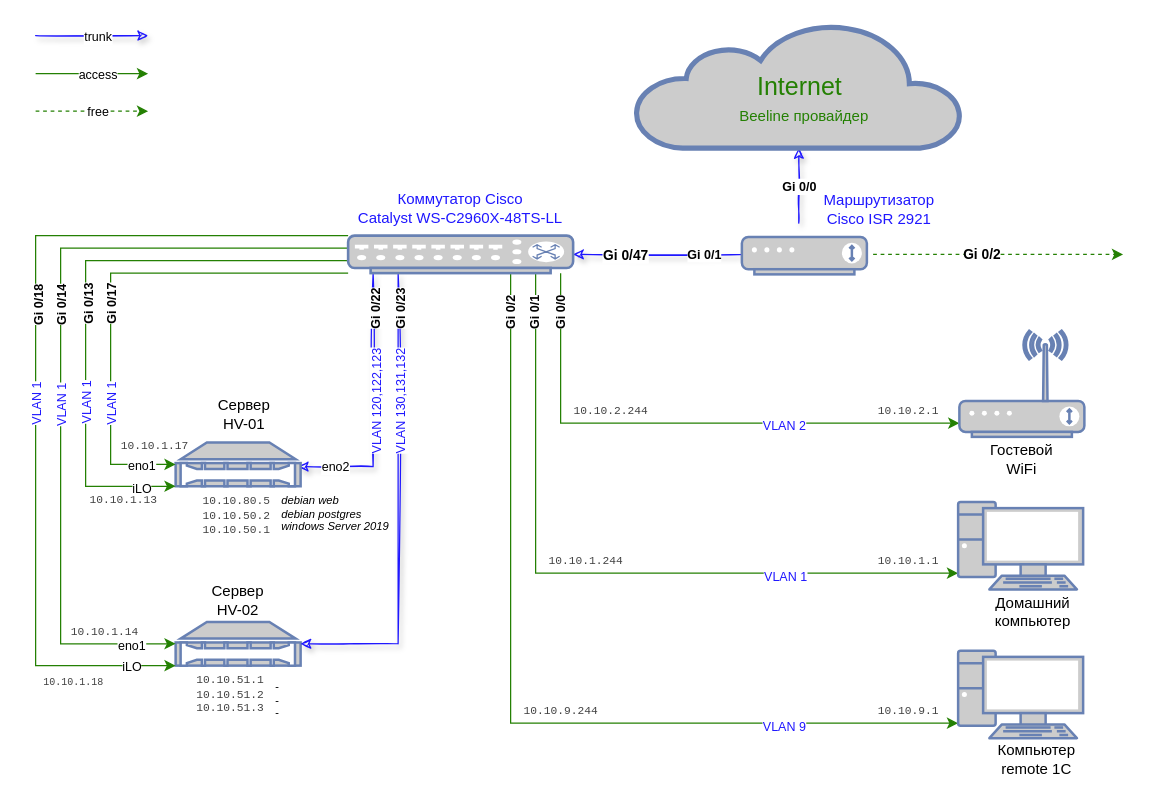
The draw.io diagram data-center-network/DCNetwork.drawio in drakulitka/diagrams, before the edit. Source tidied: cells renumbered, new cells numbered last; positions are measured from the earlier drawing's top-left corner, leaving out a move shared by most shapes. Both pictures are drawn from the tidied source at 125%, with x=0, y=0 at pixel (35, 22).
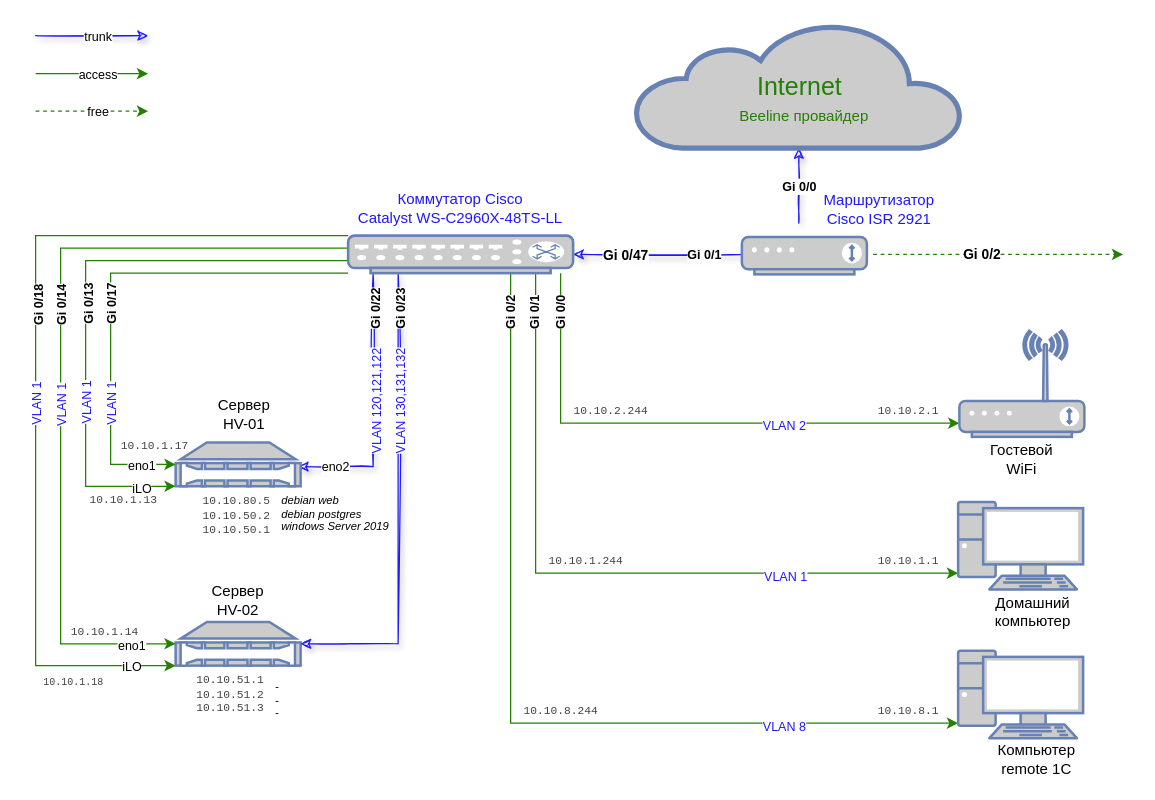
The same diagram, later.

Unchanged cells that the change refers to:
```xml
<mxCell id="14" style="edgeStyle=orthogonalEdgeStyle;rounded=0;jettySize=auto;html=1;strokeColor=#248003;" parent="1" edge="1" source="72" target="24">
  <mxGeometry relative="1" as="geometry">
    <Array as="points">
      <mxPoint x="380" y="560" />
    </Array>
  </mxGeometry>
</mxCell>
<mxCell id="17" style="edgeStyle=orthogonalEdgeStyle;rounded=0;jettySize=auto;html=1;strokeColor=#1F17FF;shadow=1;sketch=1;entryX=0.978;entryY=0.551;entryDx=0;entryDy=0;entryPerimeter=0;" parent="1" edge="1" source="72" target="26">
  <mxGeometry relative="1" as="geometry">
    <Array as="points">
      <mxPoint x="270" y="355" />
    </Array>
  </mxGeometry>
</mxCell>
```

The edit, as a diff of the source:
```diff
@@
-    <mxCell id="16" value="VLAN 9" style="edgeLabel;html=1;align=center;verticalAlign=middle;fontSize=10;fontColor=#1F17FF;" parent="14" vertex="1">
+    <mxCell id="16" value="VLAN 8" style="edgeLabel;html=1;align=center;verticalAlign=middle;fontSize=10;fontColor=#1F17FF;" parent="14" vertex="1">
       <mxGeometry x="0.5" y="-2" relative="1" as="geometry">
         <mxPoint x="39" as="offset" />
       </mxGeometry>
     </mxCell>
@@
-    <mxCell id="20" value="VLAN 120,122,123" style="edgeLabel;html=1;align=center;verticalAlign=middle;fontSize=10;fontColor=#1F17FF;horizontal=0;" parent="17" vertex="1">
+    <mxCell id="20" value="VLAN 120,121,122" style="edgeLabel;html=1;align=center;verticalAlign=middle;fontSize=10;fontColor=#1F17FF;horizontal=0;" parent="17" vertex="1">
       <mxGeometry x="0.14" y="2" relative="1" as="geometry">
         <mxPoint y="-19" as="offset" />
       </mxGeometry>
     </mxCell>
@@
-    <mxCell id="33" value="&lt;div style=&quot;font-size: 9px;&quot;&gt;&lt;font style=&quot;font-size: 9px;&quot;&gt;&lt;span style=&quot;font-family: &amp;quot;source code pro&amp;quot;, monospace; color: rgb(66, 66, 66); background-color: transparent; font-weight: 400; font-style: normal; font-variant: normal; text-decoration: none; vertical-align: baseline; font-size: 9px;&quot; id=&quot;docs-internal-guid-bd31c3f7-7fff-add3-67a0-b06b6ec8103c&quot;&gt;&lt;/span&gt;&lt;span style=&quot;font-family: &amp;quot;source code pro&amp;quot;, monospace; color: rgb(66, 66, 66); background-color: transparent; font-weight: 400; font-style: normal; font-variant: normal; text-decoration: none; vertical-align: baseline; font-size: 9px;&quot; id=&quot;docs-internal-guid-bd31c3f7-7fff-add3-67a0-b06b6ec8103c&quot;&gt;10.10.9.244&lt;/span&gt;&lt;/font&gt;&lt;/div&gt;" style="text;html=1;align=center;verticalAlign=middle;strokeColor=none;fillColor=none;fontSize=9;" parent="1" vertex="1">
+    <mxCell id="33" value="&lt;div style=&quot;font-size: 9px&quot;&gt;&lt;font style=&quot;font-size: 9px&quot;&gt;&lt;span style=&quot;font-family: &amp;#34;source code pro&amp;#34; , monospace ; color: rgb(66 , 66 , 66) ; background-color: transparent ; font-weight: 400 ; font-style: normal ; font-variant: normal ; text-decoration: none ; vertical-align: baseline ; font-size: 9px&quot; id=&quot;docs-internal-guid-bd31c3f7-7fff-add3-67a0-b06b6ec8103c&quot;&gt;&lt;/span&gt;&lt;span style=&quot;font-family: &amp;#34;source code pro&amp;#34; , monospace ; color: rgb(66 , 66 , 66) ; background-color: transparent ; font-weight: 400 ; font-style: normal ; font-variant: normal ; text-decoration: none ; vertical-align: baseline ; font-size: 9px&quot; id=&quot;docs-internal-guid-bd31c3f7-7fff-add3-67a0-b06b6ec8103c&quot;&gt;10.10.8.244&lt;/span&gt;&lt;/font&gt;&lt;/div&gt;" style="text;html=1;align=center;verticalAlign=middle;strokeColor=none;fillColor=none;fontSize=9;" parent="1" vertex="1">
       <mxGeometry x="380" y="540" width="80" height="20" as="geometry" />
     </mxCell>
@@
-    <mxCell id="36" value="&lt;div style=&quot;font-size: 9px;&quot;&gt;&lt;font style=&quot;font-size: 9px;&quot;&gt;&lt;span style=&quot;font-family: &amp;quot;source code pro&amp;quot;, monospace; color: rgb(66, 66, 66); background-color: transparent; font-weight: 400; font-style: normal; font-variant: normal; text-decoration: none; vertical-align: baseline; font-size: 9px;&quot; id=&quot;docs-internal-guid-bd31c3f7-7fff-add3-67a0-b06b6ec8103c&quot;&gt;&lt;/span&gt;&lt;span style=&quot;font-family: &amp;quot;source code pro&amp;quot;, monospace; color: rgb(66, 66, 66); background-color: transparent; font-weight: 400; font-style: normal; font-variant: normal; text-decoration: none; vertical-align: baseline; font-size: 9px;&quot; id=&quot;docs-internal-guid-bd31c3f7-7fff-add3-67a0-b06b6ec8103c&quot;&gt;10.10.9.1&lt;/span&gt;&lt;/font&gt;&lt;/div&gt;" style="text;html=1;align=center;verticalAlign=middle;strokeColor=none;fillColor=none;fontSize=9;" parent="1" vertex="1">
+    <mxCell id="36" value="&lt;div style=&quot;font-size: 9px&quot;&gt;&lt;font style=&quot;font-size: 9px&quot;&gt;&lt;span style=&quot;font-family: &amp;#34;source code pro&amp;#34; , monospace ; color: rgb(66 , 66 , 66) ; background-color: transparent ; font-weight: 400 ; font-style: normal ; font-variant: normal ; text-decoration: none ; vertical-align: baseline ; font-size: 9px&quot; id=&quot;docs-internal-guid-bd31c3f7-7fff-add3-67a0-b06b6ec8103c&quot;&gt;&lt;/span&gt;&lt;span style=&quot;font-family: &amp;#34;source code pro&amp;#34; , monospace ; color: rgb(66 , 66 , 66) ; background-color: transparent ; font-weight: 400 ; font-style: normal ; font-variant: normal ; text-decoration: none ; vertical-align: baseline ; font-size: 9px&quot; id=&quot;docs-internal-guid-bd31c3f7-7fff-add3-67a0-b06b6ec8103c&quot;&gt;10.10.8.1&lt;/span&gt;&lt;/font&gt;&lt;/div&gt;" style="text;html=1;align=center;verticalAlign=middle;strokeColor=none;fillColor=none;fontSize=9;" parent="1" vertex="1">
       <mxGeometry x="668" y="540" width="60" height="20" as="geometry" />
     </mxCell>
```
